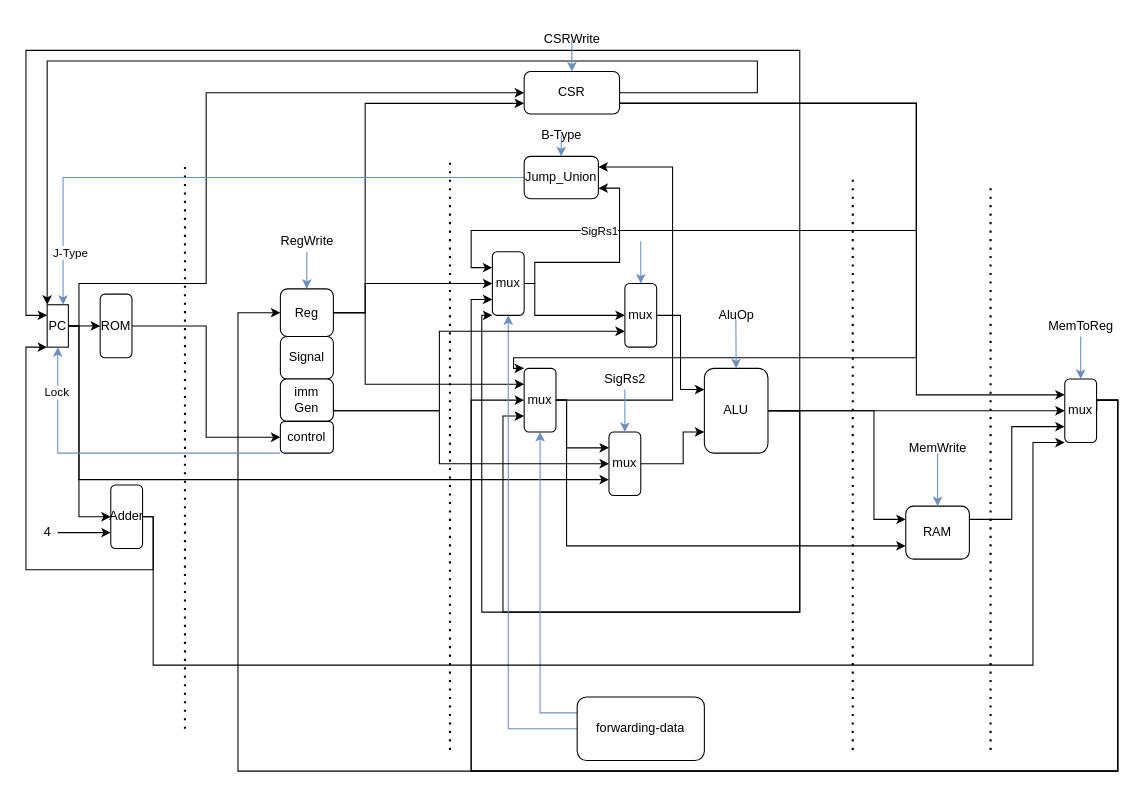
Above: Lab7.drawio in Zerokei/CPUGraph (draw.io), before the change. Source tidied: cells renumbered, new cells numbered last; positions are measured from the earlier drawing's top-left corner, leaving out a move shared by most shapes. Both pictures are drawn from the tidied source at 106%, with x=0, y=0 at pixel (25, 29).
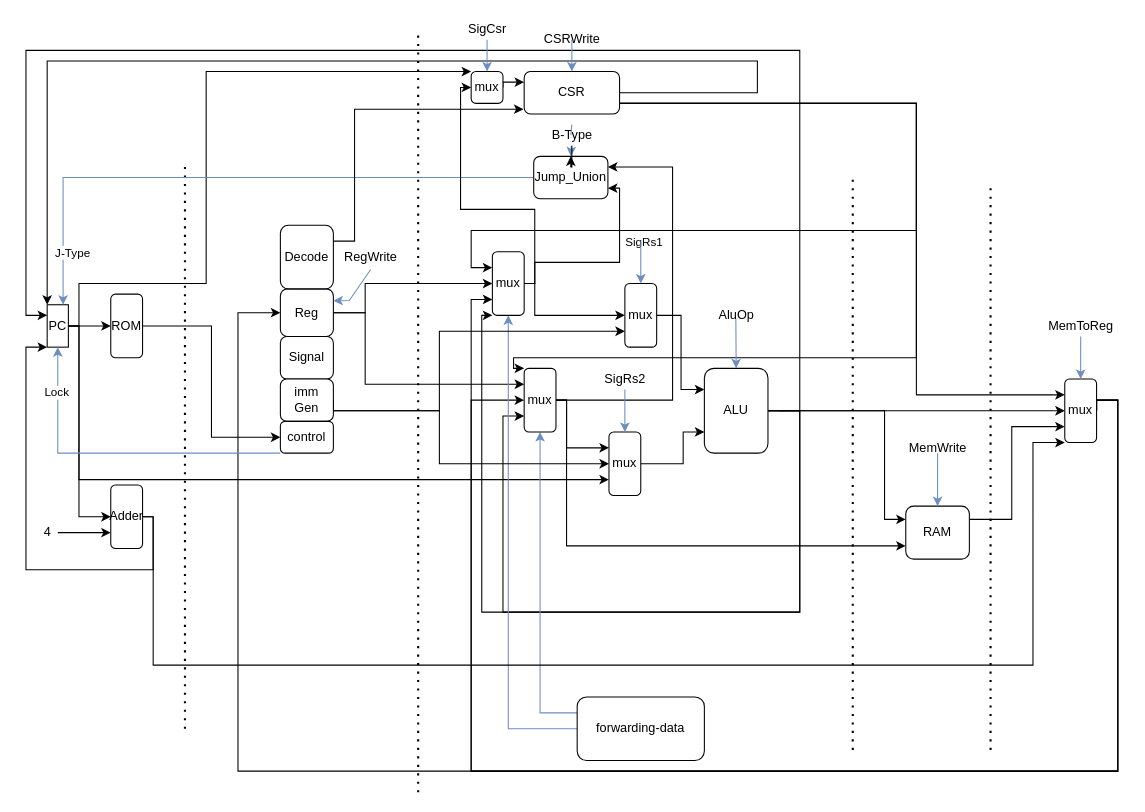
The same page after the edit.

The change refers to these unchanged cells:
```xml
<mxCell id="7" value="ALU" style="rounded=1;whiteSpace=wrap;html=1;" parent="1" vertex="1">
  <mxGeometry x="640" y="320" width="60" height="80" as="geometry" />
</mxCell>
<mxCell id="12" value="PC" style="whiteSpace=wrap;html=1;" parent="1" vertex="1">
  <mxGeometry x="20" y="260" width="20" height="40" as="geometry" />
</mxCell>
<mxCell id="14" value="RAM" style="rounded=1;whiteSpace=wrap;html=1;" parent="1" vertex="1">
  <mxGeometry x="830" y="450" width="60" height="50" as="geometry" />
</mxCell>
<mxCell id="24" value="Reg" style="rounded=1;whiteSpace=wrap;html=1;" parent="1" vertex="1">
  <mxGeometry x="240" y="245" width="50" height="45" as="geometry" />
</mxCell>
<mxCell id="33" style="edgeStyle=orthogonalEdgeStyle;rounded=0;jettySize=auto;html=1;entryX=0;entryY=0.25;entryDx=0;entryDy=0;exitX=1;exitY=0.75;exitDx=0;exitDy=0;" parent="1" edge="1" source="36" target="67">
  <mxGeometry relative="1" as="geometry">
    <Array as="points">
      <mxPoint x="840" y="70" />
      <mxPoint x="840" y="190" />
      <mxPoint x="420" y="190" />
      <mxPoint x="420" y="225" />
    </Array>
  </mxGeometry>
</mxCell>
<mxCell id="36" value="CSR" style="rounded=1;whiteSpace=wrap;html=1;" parent="1" vertex="1">
  <mxGeometry x="470" y="40" width="90" height="40" as="geometry" />
</mxCell>
<mxCell id="44" value="mux" style="rounded=1;whiteSpace=wrap;html=1;" parent="1" vertex="1">
  <mxGeometry x="565" y="240" width="30" height="60" as="geometry" />
</mxCell>
<mxCell id="67" value="mux" style="rounded=1;whiteSpace=wrap;html=1;" parent="1" vertex="1">
  <mxGeometry x="440" y="210" width="30" height="60" as="geometry" />
</mxCell>
```

The edit, as a diff of the source:
```diff
@@
     <mxCell id="3" style="edgeStyle=orthogonalEdgeStyle;rounded=0;jettySize=auto;html=1;entryX=0;entryY=0.25;entryDx=0;entryDy=0;" parent="1" edge="1" target="14">
       <mxGeometry relative="1" as="geometry">
         <mxPoint x="710" y="360" as="sourcePoint" />
         <Array as="points">
-          <mxPoint x="800" y="360" />
-          <mxPoint x="800" y="463" />
+          <mxPoint x="810" y="360" />
+          <mxPoint x="810" y="463" />
           <mxPoint x="830" y="463" />
         </Array>
       </mxGeometry>
     </mxCell>
@@
-    <mxCell id="11" style="edgeStyle=orthogonalEdgeStyle;rounded=0;jettySize=auto;html=1;exitX=1;exitY=0.5;exitDx=0;exitDy=0;entryX=0;entryY=0.5;entryDx=0;entryDy=0;" parent="1" edge="1" source="12" target="36">
+    <mxCell id="11" style="edgeStyle=orthogonalEdgeStyle;rounded=0;jettySize=auto;html=1;exitX=1;exitY=0.5;exitDx=0;exitDy=0;entryX=0;entryY=0;entryDx=0;entryDy=0;" parent="1" edge="1" source="12" target="84">
       <mxGeometry relative="1" as="geometry">
         <Array as="points">
           <mxPoint x="50" y="280" />
           <mxPoint x="50" y="240" />
           <mxPoint x="170" y="240" />
-          <mxPoint x="170" y="60" />
+          <mxPoint x="170" y="40" />
         </Array>
       </mxGeometry>
     </mxCell>
@@
     <mxCell id="20" value="ROM" style="rounded=1;whiteSpace=wrap;html=1;" parent="1" vertex="1">
-      <mxGeometry x="70" y="250" width="30" height="60" as="geometry" />
+      <mxGeometry x="80" y="250" width="30" height="60" as="geometry" />
     </mxCell>
@@
-    <mxCell id="23" style="edgeStyle=orthogonalEdgeStyle;rounded=0;jettySize=auto;html=1;exitX=1;exitY=0.5;exitDx=0;exitDy=0;entryX=0;entryY=0.75;entryDx=0;entryDy=0;" parent="1" edge="1" source="24" target="36">
-      <mxGeometry relative="1" as="geometry">
-        <Array as="points">
-          <mxPoint x="320" y="268" />
-          <mxPoint x="320" y="70" />
-        </Array>
-      </mxGeometry>
-    </mxCell>
@@
     <mxCell id="25" style="endArrow=none;dashed=1;html=1;dashPattern=1 3;strokeWidth=2;rounded=0;" parent="1" edge="1">
       <mxGeometry relative="1" as="geometry">
-        <mxPoint x="400" y="680" as="sourcePoint" />
-        <mxPoint x="400" y="120" as="targetPoint" />
+        <mxPoint x="370" y="720" as="sourcePoint" />
+        <mxPoint x="370" as="targetPoint" />
       </mxGeometry>
     </mxCell>
@@
     <mxCell id="34" value="SigRs1" style="edgeLabel;html=1;align=center;verticalAlign=middle;" parent="33" vertex="1">
       <mxGeometry x="0.58" y="7" relative="1" as="geometry">
-        <mxPoint x="-9" y="-7" as="offset" />
+        <mxPoint x="33" y="3" as="offset" />
       </mxGeometry>
     </mxCell>
@@
     <mxCell id="43" style="edgeStyle=orthogonalEdgeStyle;rounded=0;jettySize=auto;html=1;exitX=1;exitY=0.5;exitDx=0;exitDy=0;entryX=0;entryY=0.25;entryDx=0;entryDy=0;" parent="1" edge="1" source="44" target="7">
-      <mxGeometry relative="1" as="geometry" />
+      <mxGeometry relative="1" as="geometry">
+        <Array as="points">
+          <mxPoint x="618" y="270" />
+          <mxPoint x="618" y="340" />
+        </Array>
+      </mxGeometry>
     </mxCell>
@@
-    <mxCell id="48" style="endArrow=classic;html=1;rounded=0;entryX=0.5;entryY=0;entryDx=0;entryDy=0;fillColor=#dae8fc;strokeColor=#6c8ebf;" parent="1" edge="1" target="24">
+    <mxCell id="48" style="endArrow=classic;html=1;rounded=0;entryX=1;entryY=0.25;entryDx=0;entryDy=0;fillColor=#dae8fc;strokeColor=#6c8ebf;exitX=0.503;exitY=1.086;exitDx=0;exitDy=0;exitPerimeter=0;" parent="1" edge="1" source="71" target="24">
       <mxGeometry relative="1" as="geometry">
-        <mxPoint x="265" y="210" as="sourcePoint" />
+        <Array as="points">
+          <mxPoint x="305" y="256" />
+        </Array>
       </mxGeometry>
     </mxCell>
@@
     <mxCell id="63" value="Jump_Union" style="rounded=1;whiteSpace=wrap;html=1;" parent="1" vertex="1">
-      <mxGeometry x="470" y="120" width="70" height="40" as="geometry" />
+      <mxGeometry x="479" y="120" width="70" height="40" as="geometry" />
     </mxCell>
-    <mxCell id="64" style="endArrow=classic;html=1;rounded=0;entryX=0.5;entryY=0;entryDx=0;entryDy=0;fillColor=#dae8fc;strokeColor=#6c8ebf;" parent="1" edge="1" target="63">
-      <mxGeometry relative="1" as="geometry">
-        <mxPoint x="505" y="100" as="sourcePoint" />
-      </mxGeometry>
+    <mxCell id="64" style="endArrow=classic;html=1;rounded=0;entryX=0.5;entryY=0;entryDx=0;entryDy=0;fillColor=#dae8fc;strokeColor=#6c8ebf;startArrow=none;" parent="1" edge="1" source="70" target="63">
+      <mxGeometry relative="1" as="geometry" />
     </mxCell>
@@
+    <mxCell id="80" style="edgeStyle=orthogonalEdgeStyle;rounded=0;jettySize=auto;html=1;exitX=1;exitY=0.5;exitDx=0;exitDy=0;entryX=0;entryY=0.5;entryDx=0;entryDy=0;" parent="1" edge="1" source="67" target="84">
+      <mxGeometry relative="1" as="geometry">
+        <Array as="points">
+          <mxPoint x="480" y="240" />
+          <mxPoint x="480" y="170" />
+          <mxPoint x="410" y="170" />
+          <mxPoint x="410" y="55" />
+        </Array>
+      </mxGeometry>
+    </mxCell>
@@
-    <mxCell id="70" value="B-Type" style="text;html=1;align=center;verticalAlign=middle;points=[];strokeColor=none;fillColor=none;" parent="1" vertex="1">
-      <mxGeometry x="480" y="90" width="50" height="20" as="geometry" />
-    </mxCell>
+    <mxCell id="81" style="edgeStyle=orthogonalEdgeStyle;rounded=0;jettySize=auto;html=1;" parent="1" edge="1" source="70" target="63">
+      <mxGeometry relative="1" as="geometry" />
+    </mxCell>
     <mxCell id="71" value="RegWrite" style="text;html=1;align=center;verticalAlign=middle;points=[];strokeColor=none;fillColor=none;" parent="1" vertex="1">
-      <mxGeometry x="230" y="190" width="70" height="20" as="geometry" />
+      <mxGeometry x="290" y="205" width="70" height="20" as="geometry" />
     </mxCell>
@@
+    <mxCell id="70" value="B-Type" style="text;html=1;align=center;verticalAlign=middle;points=[];strokeColor=none;fillColor=none;" parent="1" vertex="1">
+      <mxGeometry x="490" y="90" width="50" height="20" as="geometry" />
+    </mxCell>
+    <mxCell id="82" style="endArrow=none;html=1;rounded=0;entryX=0.5;entryY=0;entryDx=0;entryDy=0;fillColor=#dae8fc;strokeColor=#6c8ebf;" parent="1" edge="1" target="70">
+      <mxGeometry relative="1" as="geometry">
+        <mxPoint x="514" y="100" as="sourcePoint" />
+      </mxGeometry>
+    </mxCell>
+    <mxCell id="83" style="edgeStyle=orthogonalEdgeStyle;rounded=0;jettySize=auto;html=1;exitX=1;exitY=0.5;exitDx=0;exitDy=0;entryX=0;entryY=0.25;entryDx=0;entryDy=0;" parent="1" edge="1" source="84" target="36">
+      <mxGeometry relative="1" as="geometry">
+        <Array as="points">
+          <mxPoint x="450" y="50" />
+        </Array>
+      </mxGeometry>
+    </mxCell>
+    <mxCell id="84" value="mux" style="rounded=1;whiteSpace=wrap;html=1;" parent="1" vertex="1">
+      <mxGeometry x="420" y="40" width="30" height="30" as="geometry" />
+    </mxCell>
+    <mxCell id="85" style="endArrow=classic;html=1;rounded=0;entryX=0.5;entryY=0;entryDx=0;entryDy=0;fillColor=#dae8fc;strokeColor=#6c8ebf;" parent="1" edge="1" target="84">
+      <mxGeometry relative="1" as="geometry">
+        <mxPoint x="435" y="10" as="sourcePoint" />
+      </mxGeometry>
+    </mxCell>
+    <mxCell id="86" style="edgeStyle=orthogonalEdgeStyle;rounded=0;jettySize=auto;html=1;exitX=1;exitY=0.25;exitDx=0;exitDy=0;entryX=-0.007;entryY=0.888;entryDx=0;entryDy=0;entryPerimeter=0;" parent="1" edge="1" source="87" target="36">
+      <mxGeometry relative="1" as="geometry">
+        <Array as="points">
+          <mxPoint x="310" y="200" />
+          <mxPoint x="310" y="76" />
+        </Array>
+      </mxGeometry>
+    </mxCell>
+    <mxCell id="87" value="Decode" style="rounded=1;whiteSpace=wrap;html=1;" parent="1" vertex="1">
+      <mxGeometry x="240" y="185" width="50" height="60" as="geometry" />
+    </mxCell>
+    <mxCell id="88" value="SigCsr" style="text;html=1;align=center;verticalAlign=middle;strokeColor=none;fillColor=none;" parent="1" vertex="1">
+      <mxGeometry x="410" y="-10" width="50" height="20" as="geometry" />
+    </mxCell>
```
